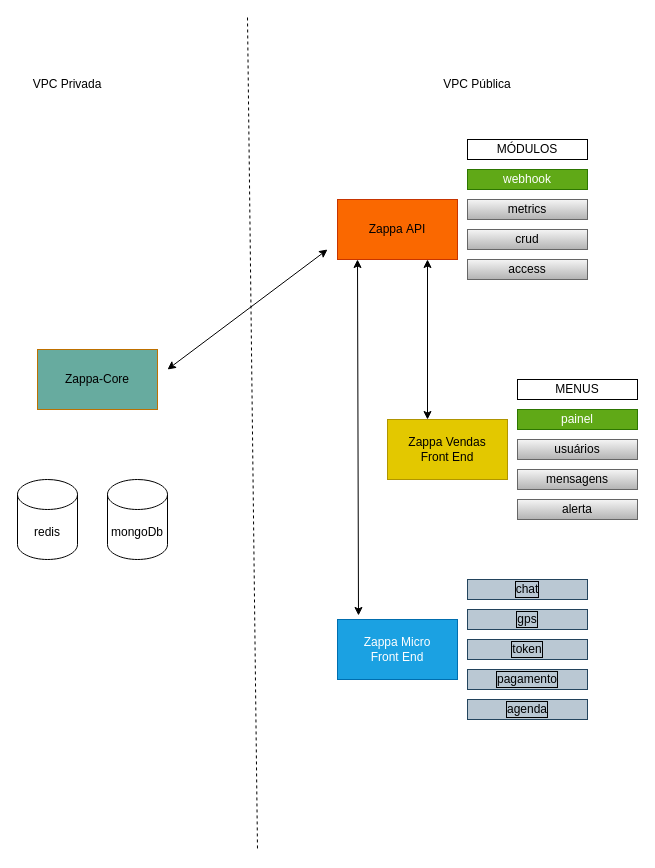
Earlier version of the draw.io diagram zappa-geral.drawio (LeoKvra/zappa-docs). Source tidied: cells renumbered, new cells numbered last; positions are measured from the earlier drawing's top-left corner, leaving out a move shared by most shapes. Both pictures are drawn from the tidied source at 100%, with x=0, y=0 at pixel (17, 17).
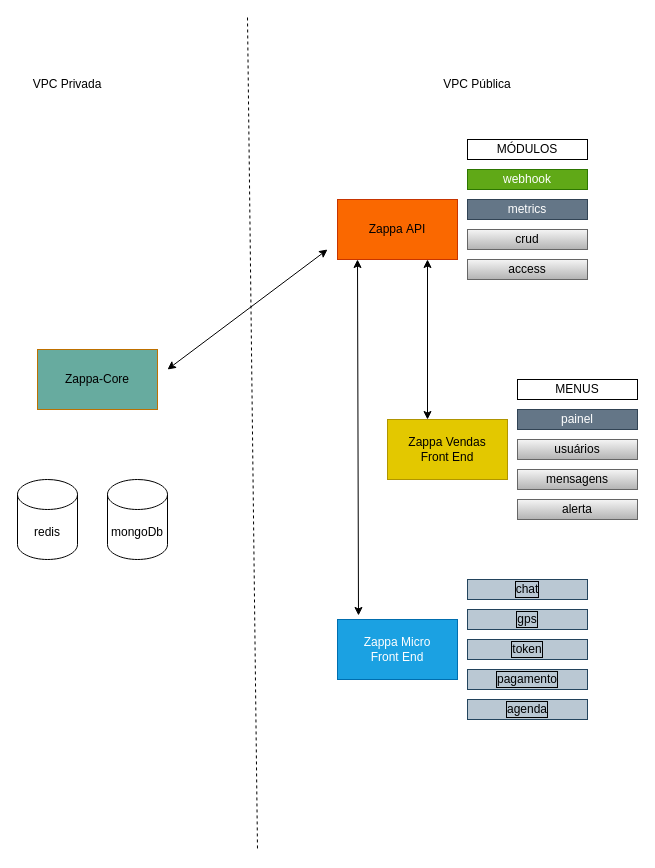
After the change.

Diff of the diagram source:
```diff
@@
-    <mxCell id="9" value="metrics" style="rounded=0;whiteSpace=wrap;html=1;fillColor=#f5f5f5;strokeColor=#666666;gradientColor=#b3b3b3;fontColor=#000000;" parent="1" vertex="1">
+    <mxCell id="9" value="metrics" style="rounded=0;whiteSpace=wrap;html=1;fillColor=#647687;strokeColor=#314354;fontColor=#ffffff;" parent="1" vertex="1">
       <mxGeometry x="450" y="182" width="120" height="20" as="geometry" />
     </mxCell>
@@
-    <mxCell id="21" value="painel" style="rounded=0;whiteSpace=wrap;html=1;fillColor=#60a917;fontColor=#ffffff;strokeColor=#2D7600;" parent="1" vertex="1">
+    <mxCell id="21" value="painel" style="rounded=0;whiteSpace=wrap;html=1;fillColor=#647687;fontColor=#ffffff;strokeColor=#314354;" parent="1" vertex="1">
       <mxGeometry x="500" y="392" width="120" height="20" as="geometry" />
     </mxCell>
```
